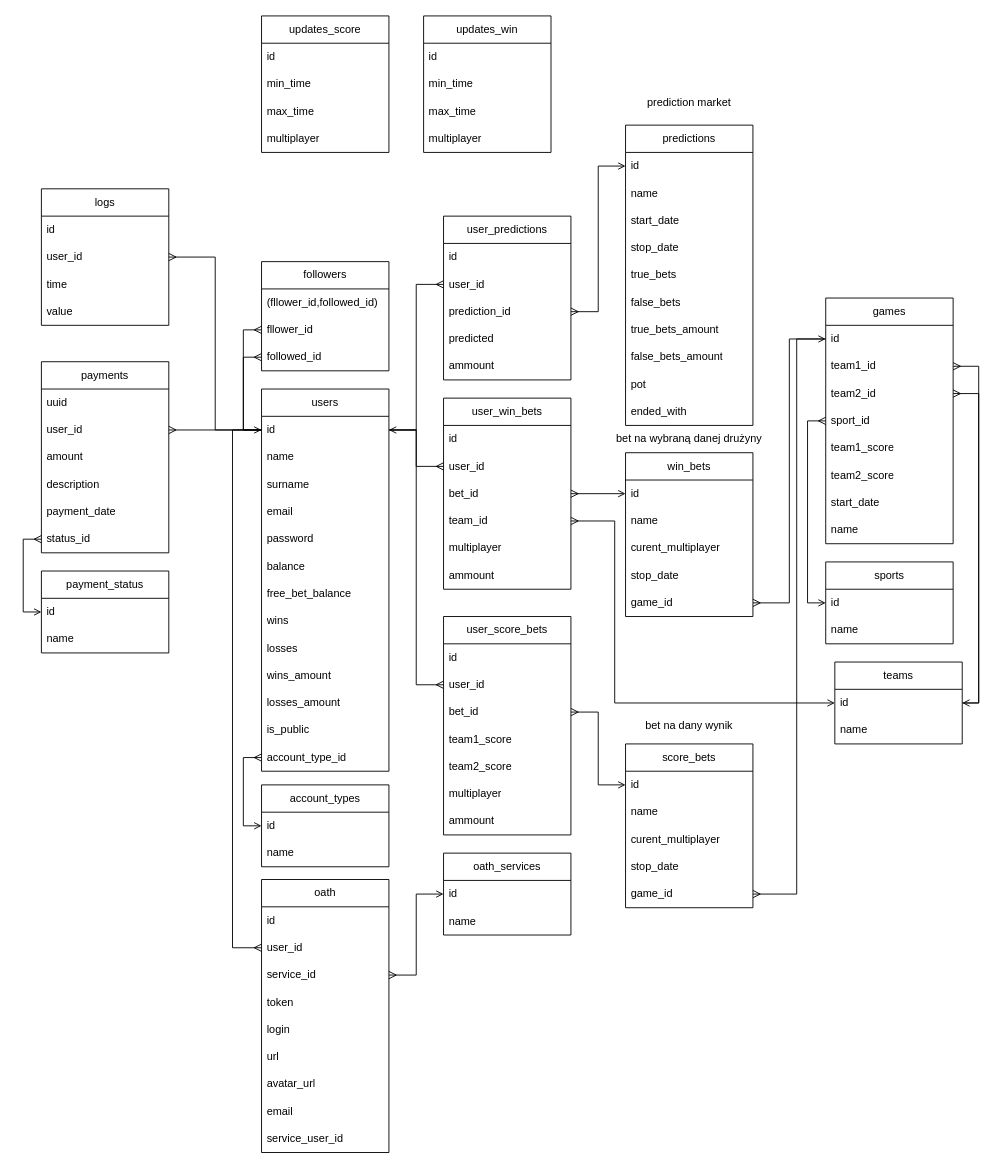
Barabol/PewniaczekBetBack keeps this draw.io diagram as diagramy/db.drawio. Above is the earlier version. Source tidied: cells renumbered, new cells numbered last; positions are measured from the earlier drawing's top-left corner, leaving out a move shared by most shapes. Both pictures are drawn from the tidied source at 91%, with x=0, y=0 at pixel (41, 15).
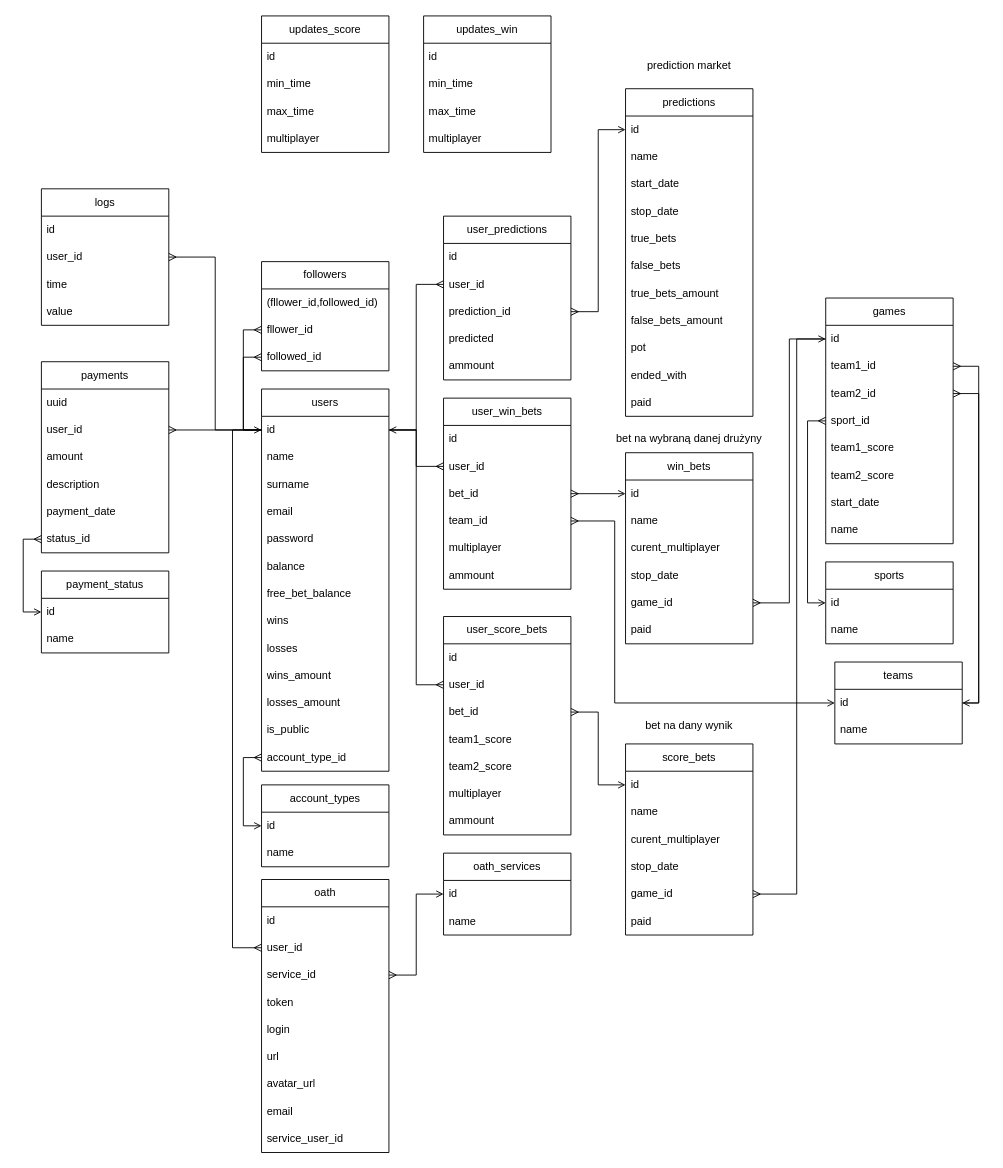
Above is the later version.

Diff of the diagram source:
```diff
@@
     <mxCell id="28" value="win_bets" style="swimlane;fontStyle=0;horizontal=1;startSize=30;whiteSpace=wrap;html=1;" parent="1" vertex="1">
-      <mxGeometry x="641.9" y="480" width="140" height="180" as="geometry" />
+      <mxGeometry x="641.9" y="480" width="140" height="210" as="geometry" />
     </mxCell>
@@
+    <mxCell id="143" value="paid" style="text;strokeColor=none;fillColor=none;align=left;verticalAlign=middle;spacingLeft=4;spacingRight=4;overflow=hidden;whiteSpace=wrap;html=1;" parent="28" vertex="1">
+      <mxGeometry y="180" width="140" height="30" as="geometry" />
+    </mxCell>
@@
     <mxCell id="49" value="&lt;span style=&quot;background-color: transparent; color: light-dark(rgb(0, 0, 0), rgb(255, 255, 255));&quot;&gt;score_bets&lt;/span&gt;" style="swimlane;fontStyle=0;horizontal=1;startSize=30;whiteSpace=wrap;html=1;" parent="1" vertex="1">
-      <mxGeometry x="641.9" y="800" width="140" height="180" as="geometry" />
+      <mxGeometry x="641.9" y="800" width="140" height="210" as="geometry" />
     </mxCell>
@@
+    <mxCell id="144" value="paid" style="text;strokeColor=none;fillColor=none;align=left;verticalAlign=middle;spacingLeft=4;spacingRight=4;overflow=hidden;whiteSpace=wrap;html=1;" parent="49" vertex="1">
+      <mxGeometry y="180" width="140" height="30" as="geometry" />
+    </mxCell>
@@
     <mxCell id="64" value="predictions" style="swimlane;fontStyle=0;horizontal=1;startSize=30;whiteSpace=wrap;html=1;" parent="1" vertex="1">
-      <mxGeometry x="641.9" y="120" width="140" height="330" as="geometry" />
+      <mxGeometry x="641.9" y="80" width="140" height="360" as="geometry" />
     </mxCell>
@@
+    <mxCell id="145" value="paid" style="text;strokeColor=none;fillColor=none;align=left;verticalAlign=middle;spacingLeft=4;spacingRight=4;overflow=hidden;whiteSpace=wrap;html=1;" parent="64" vertex="1">
+      <mxGeometry y="330" width="140" height="30" as="geometry" />
+    </mxCell>
@@
     <mxCell id="92" value="prediction market" style="text;html=1;whiteSpace=wrap;strokeColor=none;fillColor=none;align=center;verticalAlign=middle;rounded=0;" parent="1" vertex="1">
-      <mxGeometry x="651.9" y="80" width="120" height="30" as="geometry" />
+      <mxGeometry x="651.9" y="40" width="120" height="30" as="geometry" />
     </mxCell>
```
